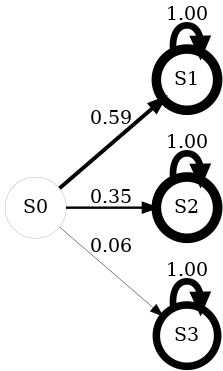
This is condensated.png from MrAlexandrov/homework_second, a Graphviz export, as it was before one commit. Its source is kept beside it as condensated.dot.
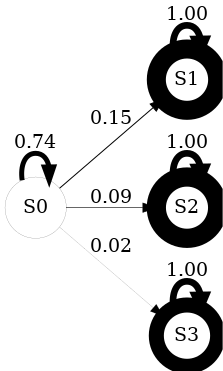
The same file after the commit.

Change to the diagram source:
```diff
@@ -2,12 +2,13 @@
     rankdir=LR;
     node [shape=circle];
     S0[label="S0", penwidth=0.1];
-    S1[label="S1", penwidth=7.13725];
-    S2[label="S2", penwidth=7.21569];
-    S3[label="S3", penwidth=5.64706];
-    S0 -> S1 [label="0.59", penwidth=2.94];
-    S0 -> S2 [label="0.35", penwidth=1.76];
-    S0 -> S3 [label="0.06", penwidth=0.29];
+    S1[label="S1", penwidth=14.2745];
+    S2[label="S2", penwidth=14.4314];
+    S3[label="S3", penwidth=11.2941];
+    S0 -> S0 [label="0.74", penwidth=3.73];
+    S0 -> S1 [label="0.15", penwidth=0.75];
+    S0 -> S2 [label="0.09", penwidth=0.45];
+    S0 -> S3 [label="0.02", penwidth=0.08];
     S1 -> S1 [label="1.00", penwidth=5.00];
     S2 -> S2 [label="1.00", penwidth=5.00];
     S3 -> S3 [label="1.00", penwidth=5.00];
```
